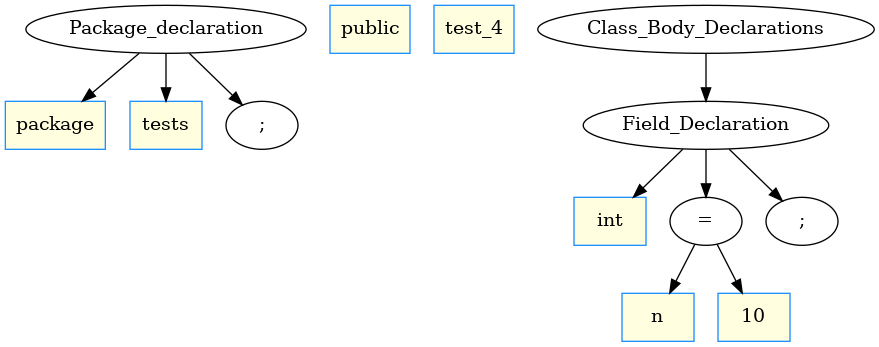
Earlier version of the Graphviz export src/AST.png (subodhkum20/compiler). Its source is kept beside it as src/ast.dot. The source it was exported from:
```dot
digraph AST {
	ordering=out;
	1 [label="tests" shape=box style=filled color="dodgerblue" fillcolor="lightyellow"];
	2 [label="package" shape=box style=filled color="dodgerblue" fillcolor="lightyellow"];
	4 [label=";"];
	3 [label="Package_declaration"];
	3 -> 2;
	3 -> 1;
	3 -> 4;
	5 [label="public" shape=box style=filled color="dodgerblue" fillcolor="lightyellow"];
	6 [label="test_1" shape=box style=filled color="dodgerblue" fillcolor="lightyellow"];
	7 [label="int" shape=box style=filled color="dodgerblue" fillcolor="lightyellow"];
	8 [label="a" shape=box style=filled color="dodgerblue" fillcolor="lightyellow"];
	9 [label="4" shape=box style=filled color="dodgerblue" fillcolor="lightyellow"];
	10 [label="="];
	10 -> 8;
	10 -> 9;
	12 [label=";"];
	11 [label="Field_Declaration"];
	11 -> 7;
	11 -> 10;
	11 -> 12;
	13 [label="Class_Body_Declarations"];
	13 -> 11;
	14 [label="float" shape=box style=filled color="dodgerblue" fillcolor="lightyellow"];
	15 [label="d" shape=box style=filled color="dodgerblue" fillcolor="lightyellow"];
	16 [label="a" shape=box style=filled color="dodgerblue" fillcolor="lightyellow"];
	17 [label="4" shape=box style=filled color="dodgerblue" fillcolor="lightyellow"];
	18 [label="AdditiveExpression"];
	18 -> 16;
	18 -> 17;
	19 [label="="];
	19 -> 15;
	19 -> 18;
	21 [label=";"];
	20 [label="Field_Declaration"];
	20 -> 14;
	20 -> 19;
	20 -> 21;
	22 [label="Class_Body_Declarations"];
	22 -> 13;
	22 -> 20;
	23 [label="class"];
	23 -> 5;
	23 -> 6;
	23 -> 22;
	24 [label="Top_level_class_or_interface_declarations"];
	24 -> 23;
	25 [label="Ordinary_Compilation_Unit"];
	25 -> 3;
	25 -> 24;
	26 [label="CompilationUnit"];
	26 -> 25;
}
```
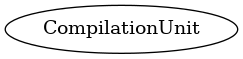
The same file after the commit.

The edit, as a diff of the source:
```diff
@@ -1,54 +1,130 @@
 digraph AST {
 	ordering=out;
-	1 [label="tests" shape=box style=filled color="dodgerblue" fillcolor="lightyellow"];
-	2 [label="package" shape=box style=filled color="dodgerblue" fillcolor="lightyellow"];
-	4 [label=";"];
-	3 [label="Package_declaration"];
-	3 -> 2;
-	3 -> 1;
-	3 -> 4;
-	5 [label="public" shape=box style=filled color="dodgerblue" fillcolor="lightyellow"];
-	6 [label="test_1" shape=box style=filled color="dodgerblue" fillcolor="lightyellow"];
-	7 [label="int" shape=box style=filled color="dodgerblue" fillcolor="lightyellow"];
-	8 [label="a" shape=box style=filled color="dodgerblue" fillcolor="lightyellow"];
-	9 [label="4" shape=box style=filled color="dodgerblue" fillcolor="lightyellow"];
-	10 [label="="];
-	10 -> 8;
-	10 -> 9;
-	12 [label=";"];
-	11 [label="Field_Declaration"];
-	11 -> 7;
-	11 -> 10;
-	11 -> 12;
-	13 [label="Class_Body_Declarations"];
+	1 [label="public" shape=box style=filled color="dodgerblue" fillcolor="lightyellow"];
+	2 [label="test" shape=box style=filled color="dodgerblue" fillcolor="lightyellow"];
+	3 [label="int" shape=box style=filled color="dodgerblue" fillcolor="lightyellow"];
+	4 [label="a" shape=box style=filled color="dodgerblue" fillcolor="lightyellow"];
+	5 [label="2" shape=box style=filled color="dodgerblue" fillcolor="lightyellow"];
+	6 [label="="];
+	6 -> 4;
+	6 -> 5;
+	8 [label=";"];
+	7 [label="Field_Declaration"];
+	7 -> 3;
+	7 -> 6;
+	7 -> 8;
+	9 [label="Class_Body_Declarations"];
+	9 -> 7;
+	10 [label="int" shape=box style=filled color="dodgerblue" fillcolor="lightyellow"];
+	11 [label="b" shape=box style=filled color="dodgerblue" fillcolor="lightyellow"];
+	12 [label="1" shape=box style=filled color="dodgerblue" fillcolor="lightyellow"];
+	13 [label="="];
 	13 -> 11;
-	14 [label="float" shape=box style=filled color="dodgerblue" fillcolor="lightyellow"];
-	15 [label="d" shape=box style=filled color="dodgerblue" fillcolor="lightyellow"];
-	16 [label="a" shape=box style=filled color="dodgerblue" fillcolor="lightyellow"];
-	17 [label="4" shape=box style=filled color="dodgerblue" fillcolor="lightyellow"];
-	18 [label="AdditiveExpression"];
-	18 -> 16;
-	18 -> 17;
-	19 [label="="];
-	19 -> 15;
+	13 -> 12;
+	15 [label=";"];
+	14 [label="Field_Declaration"];
+	14 -> 10;
+	14 -> 13;
+	14 -> 15;
+	16 [label="Class_Body_Declarations"];
+	16 -> 9;
+	16 -> 14;
+	17 [label="int" shape=box style=filled color="dodgerblue" fillcolor="lightyellow"];
+	18 [label="c" shape=box style=filled color="dodgerblue" fillcolor="lightyellow"];
+	20 [label="[ ]"];
+	19 [label="direct_declarator"];
 	19 -> 18;
-	21 [label=";"];
-	20 [label="Field_Declaration"];
-	20 -> 14;
-	20 -> 19;
-	20 -> 21;
-	22 [label="Class_Body_Declarations"];
-	22 -> 13;
-	22 -> 20;
-	23 [label="class"];
-	23 -> 5;
-	23 -> 6;
-	23 -> 22;
-	24 [label="Top_level_class_or_interface_declarations"];
-	24 -> 23;
-	25 [label="Ordinary_Compilation_Unit"];
-	25 -> 3;
-	25 -> 24;
-	26 [label="CompilationUnit"];
-	26 -> 25;
-}
+	19 -> 20;
+	22 [label="[ ]"];
+	21 [label="direct_declarator"];
+	21 -> 19;
+	21 -> 22;
+	24 [label=";"];
+	23 [label="Field_Declaration"];
+	23 -> 17;
+	23 -> 21;
+	23 -> 24;
+	25 [label="Class_Body_Declarations"];
+	25 -> 16;
+	25 -> 23;
+	26 [label="char" shape=box style=filled color="dodgerblue" fillcolor="lightyellow"];
+	27 [label="d" shape=box style=filled color="dodgerblue" fillcolor="lightyellow"];
+	28 [label="'1'" shape=box style=filled color="dodgerblue" fillcolor="lightyellow"];
+	29 [label="="];
+	29 -> 27;
+	29 -> 28;
+	31 [label=";"];
+	30 [label="Field_Declaration"];
+	30 -> 26;
+	30 -> 29;
+	30 -> 31;
+	32 [label="Class_Body_Declarations"];
+	32 -> 25;
+	32 -> 30;
+	33 [label="int" shape=box style=filled color="dodgerblue" fillcolor="lightyellow"];
+	34 [label="sum" shape=box style=filled color="dodgerblue" fillcolor="lightyellow"];
+	35 [label="int" shape=box style=filled color="dodgerblue" fillcolor="lightyellow"];
+	36 [label="a" shape=box style=filled color="dodgerblue" fillcolor="lightyellow"];
+	37 [label="Formal_Parameter"];
+	37 -> 35;
+	37 -> 36;
+	38 [label="int" shape=box style=filled color="dodgerblue" fillcolor="lightyellow"];
+	39 [label="b" shape=box style=filled color="dodgerblue" fillcolor="lightyellow"];
+	40 [label="Formal_Parameter"];
+	40 -> 38;
+	40 -> 39;
+	42 [label=","];
+	41 [label="Formal_Parameter_list"];
+	41 -> 37;
+	41 -> 42;
+	41 -> 40;
+	44 [label="("];
+	45 [label=")"];
+	43 [label="Methdod_declarator"];
+	43 -> 34;
+	43 -> 44;
+	43 -> 41;
+	43 -> 45;
+	46 [label="Method_Header"];
+	46 -> 33;
+	46 -> 43;
+	47 [label="int" shape=box style=filled color="dodgerblue" fillcolor="lightyellow"];
+	48 [label="c" shape=box style=filled color="dodgerblue" fillcolor="lightyellow"];
+	49 [label="0" shape=box style=filled color="dodgerblue" fillcolor="lightyellow"];
+	50 [label="="];
+	50 -> 48;
+	50 -> 49;
+	51 [label="LocalVariableDeclaration"];
+	51 -> 47;
+	51 -> 50;
+	52 [label="BlockStatements"];
+	52 -> 51;
+	53 [label="c" shape=box style=filled color="dodgerblue" fillcolor="lightyellow"];
+	54 [label="+=" shape=box style=filled color="dodgerblue" fillcolor="lightyellow"];
+	55 [label="a" shape=box style=filled color="dodgerblue" fillcolor="lightyellow"];
+	56 [label="b" shape=box style=filled color="dodgerblue" fillcolor="lightyellow"];
+	57 [label="AdditiveExpression"];
+	57 -> 55;
+	57 -> 56;
+	58 [label="+="];
+	58 -> 53;
+	58 -> 57;
+	59 [label="BlockStatements"];
+	59 -> 52;
+	59 -> 58;
+	60 [label="c" shape=box style=filled color="dodgerblue" fillcolor="lightyellow"];
+	61 [label="return" shape=box style=filled color="dodgerblue" fillcolor="lightyellow"];
+	63 [label=";"];
+	62 [label="ReturnStatement"];
+	62 -> 61;
+	62 -> 60;
+	62 -> 63;
+	64 [label="BlockStatements"];
+	64 -> 59;
+	64 -> 62;
+	65 [label="Method_declaration"];
+	65 -> 46;
+	65 -> 64;
+	66 [label="Class_Body_Declarations"];
+	66 -> 32;
+	66 -> 65;
```
